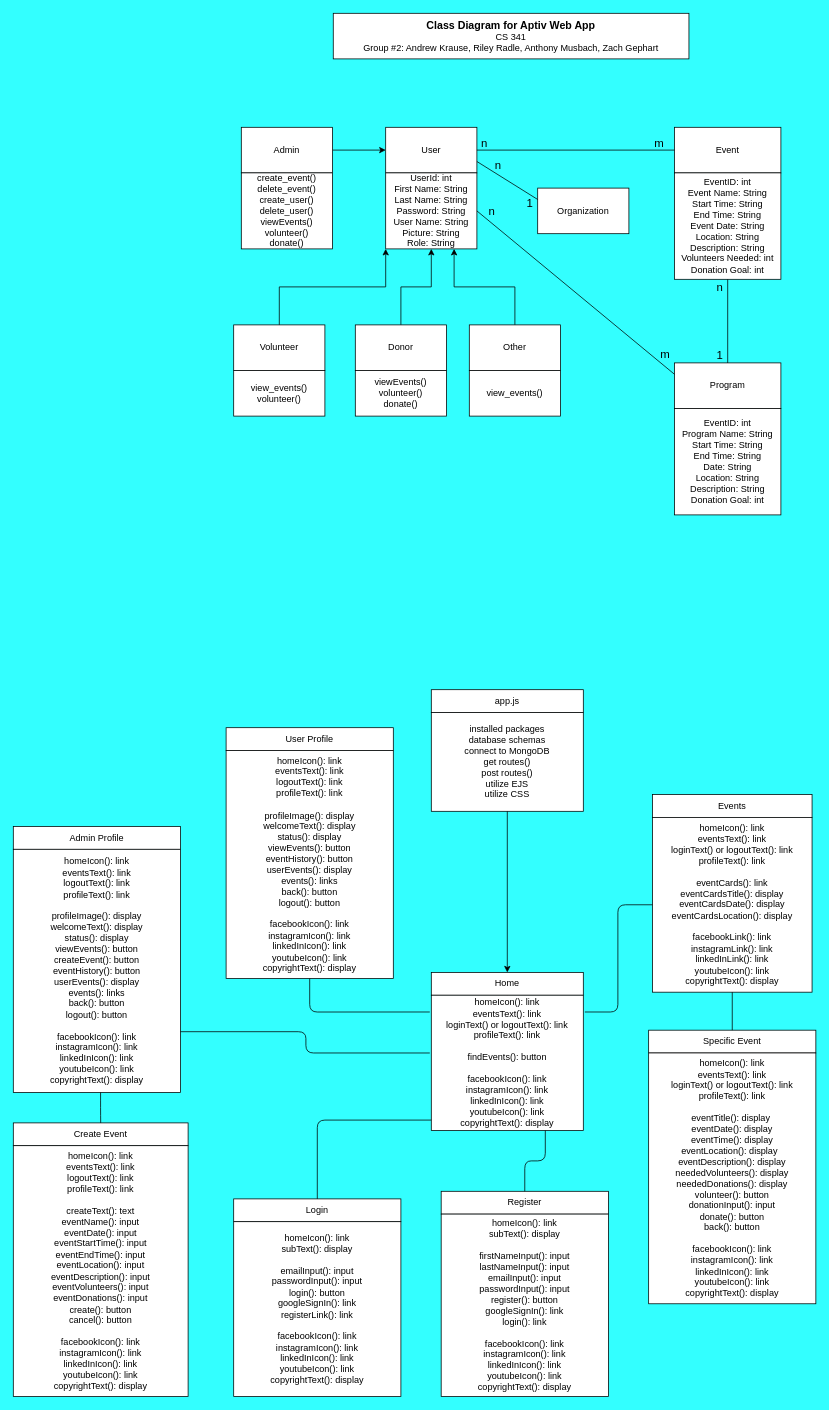
Above: Architecture-Design/DrawIO-Files/Architectural-Design(Class-Diagrams).drawio in Andrew-EKrause/TeamAptiv-Web-App (draw.io), before the change. Source tidied: cells renumbered, new cells numbered last; positions are measured from the earlier drawing's top-left corner, leaving out a move shared by most shapes. Both pictures are drawn from the tidied source at 76%, with x=0, y=0 at pixel (13, 13).
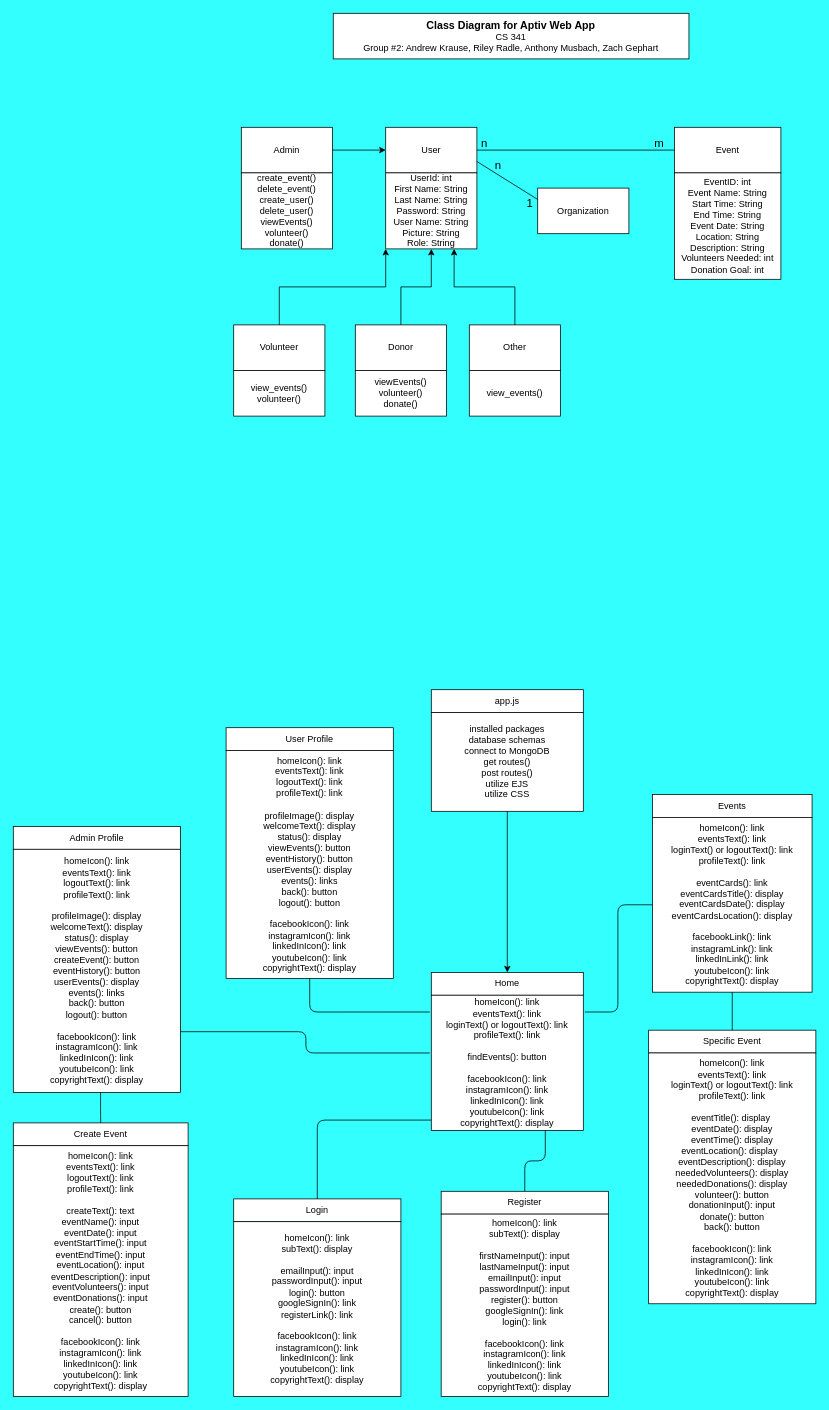
The same page after the edit.

The change refers to these unchanged cells:
```xml
<mxCell id="3" value="UserId: int&lt;br&gt;First Name: String&lt;br&gt;Last Name: String&lt;br&gt;Password: String&lt;br&gt;User Name: String&lt;br&gt;Picture: String&lt;br&gt;Role: String" style="rounded=0;whiteSpace=wrap;html=1;" parent="1" vertex="1">
  <mxGeometry x="490" y="210" width="120" height="100" as="geometry" />
</mxCell>
<mxCell id="19" value="EventID: int&lt;br&gt;Event Name: String&lt;br&gt;Start Time: String&lt;br&gt;End Time: String&lt;br&gt;Event Date: String&lt;br&gt;Location: String&lt;br&gt;Description: String&lt;br&gt;Volunteers Needed: int&lt;br&gt;Donation Goal: int" style="rounded=0;whiteSpace=wrap;html=1;" parent="1" vertex="1">
  <mxGeometry x="870" y="210" width="140" height="140" as="geometry" />
</mxCell>
```

What changed in the source:
```diff
@@
-    <mxCell id="17" value="Program" style="rounded=0;whiteSpace=wrap;html=1;" parent="1" vertex="1">
-      <mxGeometry x="870" y="460" width="140" height="60" as="geometry" />
-    </mxCell>
@@
-    <mxCell id="21" value="EventID: int&lt;br&gt;Program Name: String&lt;br&gt;Start Time: String&lt;br&gt;End Time: String&lt;br&gt;Date: String&lt;br&gt;Location: String&lt;br&gt;Description: String&lt;br&gt;Donation Goal: int" style="rounded=0;whiteSpace=wrap;html=1;" parent="1" vertex="1">
-      <mxGeometry x="870" y="520" width="140" height="140" as="geometry" />
-    </mxCell>
-    <mxCell id="22" style="endArrow=none;html=1;entryX=0;entryY=0.25;entryDx=0;entryDy=0;exitX=1;exitY=0.5;exitDx=0;exitDy=0;" parent="1" edge="1" source="3" target="17">
-      <mxGeometry relative="1" as="geometry" />
-    </mxCell>
-    <mxCell id="23" style="endArrow=none;html=1;entryX=0.5;entryY=1;entryDx=0;entryDy=0;exitX=0.5;exitY=0;exitDx=0;exitDy=0;" parent="1" edge="1" source="17" target="19">
-      <mxGeometry relative="1" as="geometry" />
-    </mxCell>
-    <mxCell id="24" value="&lt;span style=&quot;font-size: 15px&quot;&gt;m&lt;/span&gt;" style="text;html=1;strokeColor=none;fillColor=none;align=center;verticalAlign=middle;whiteSpace=wrap;rounded=0;" parent="1" vertex="1">
-      <mxGeometry x="838" y="438" width="40" height="20" as="geometry" />
-    </mxCell>
-    <mxCell id="25" value="&lt;span style=&quot;font-size: 15px&quot;&gt;1&lt;/span&gt;" style="text;html=1;strokeColor=none;fillColor=none;align=center;verticalAlign=middle;whiteSpace=wrap;rounded=0;" parent="1" vertex="1">
-      <mxGeometry x="910" y="440" width="40" height="20" as="geometry" />
-    </mxCell>
-    <mxCell id="26" value="&lt;font style=&quot;font-size: 15px&quot;&gt;n&lt;/font&gt;" style="text;html=1;strokeColor=none;fillColor=none;align=center;verticalAlign=middle;whiteSpace=wrap;rounded=0;" parent="1" vertex="1">
-      <mxGeometry x="910" y="350" width="40" height="20" as="geometry" />
-    </mxCell>
@@
-    <mxCell id="28" value="&lt;font style=&quot;font-size: 15px&quot;&gt;n&lt;/font&gt;" style="text;html=1;strokeColor=none;fillColor=none;align=center;verticalAlign=middle;whiteSpace=wrap;rounded=0;" parent="1" vertex="1">
-      <mxGeometry x="610" y="250" width="40" height="20" as="geometry" />
-    </mxCell>
```
